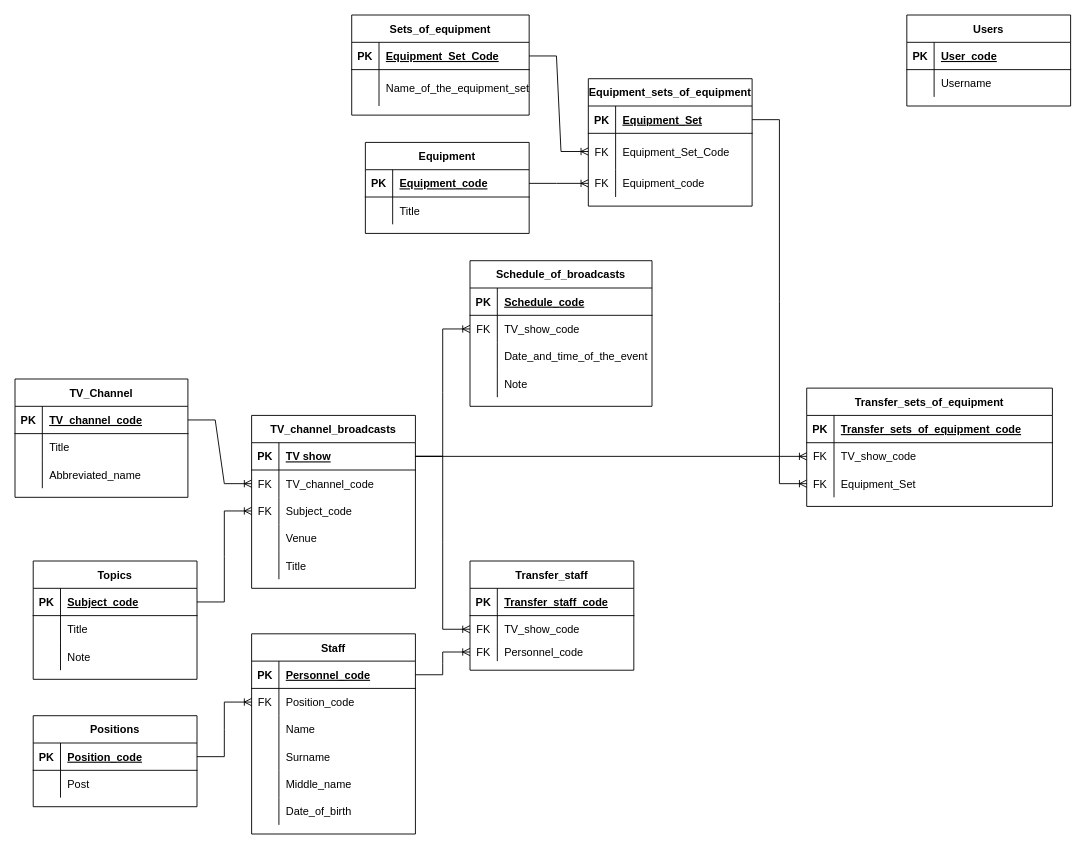
Before: Data Base TV Channel.drawio in JustKingYT1/TNT, a draw.io diagram. Source tidied: cells renumbered, new cells numbered last; positions are measured from the earlier drawing's top-left corner, leaving out a move shared by most shapes. Both pictures are drawn from the tidied source at 91%, with x=0, y=0 at pixel (15, 15).
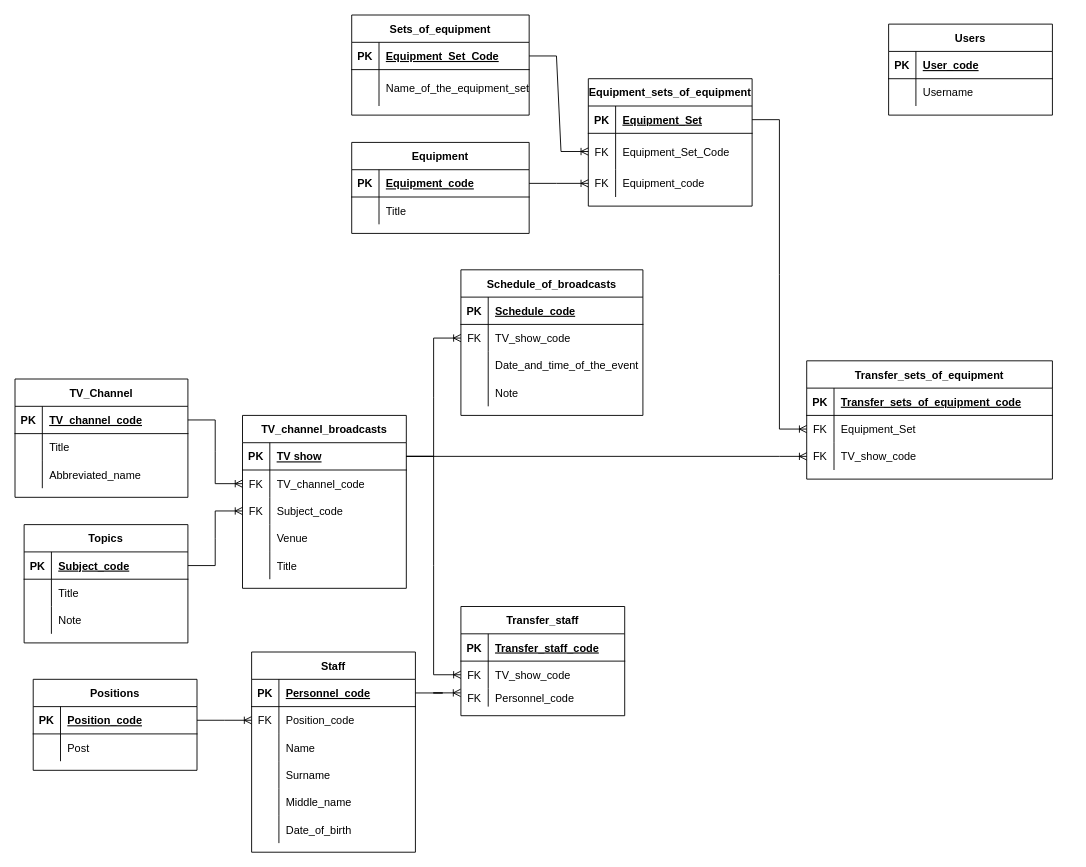
The same diagram, later.

Unchanged cells that the change refers to:
```xml
<mxCell id="79" style="shape=tableRow;horizontal=0;startSize=0;swimlaneHead=0;swimlaneBody=0;fillColor=none;points=[[0,0.5],[1,0.5]];portConstraint=eastwest;top=0;left=0;right=0;bottom=0;" parent="72" vertex="1">
  <mxGeometry y="90" width="180" height="20" as="geometry" />
</mxCell>
<mxCell id="96" style="shape=tableRow;horizontal=0;startSize=0;swimlaneHead=0;swimlaneBody=0;fillColor=none;points=[[0,0.5],[1,0.5]];portConstraint=eastwest;top=0;left=0;right=0;bottom=1;" parent="95" vertex="1">
  <mxGeometry y="30" width="180" height="30" as="geometry" />
</mxCell>
```

What changed in the source:
```diff
@@
     <mxCell id="12" value="Topics" style="shape=table;startSize=30;childLayout=tableLayout;rowLines=0;fontStyle=1;align=center;" parent="1" vertex="1">
-      <mxGeometry x="20" y="600" width="180" height="130" as="geometry" />
+      <mxGeometry x="10" y="560" width="180" height="130" as="geometry" />
     </mxCell>
@@
     <mxCell id="29" value="Transfer_sets_of_equipment" style="shape=table;startSize=30;childLayout=tableLayout;rowLines=0;fontStyle=1;align=center;" parent="1" vertex="1">
-      <mxGeometry x="870" y="410" width="270" height="130" as="geometry" />
+      <mxGeometry x="870" y="380" width="270" height="130" as="geometry" />
     </mxCell>
@@
+    <mxCell id="36" style="shape=tableRow;horizontal=0;startSize=0;swimlaneHead=0;swimlaneBody=0;fillColor=none;points=[[0,0.5],[1,0.5]];portConstraint=eastwest;top=0;left=0;right=0;bottom=0;" parent="29" vertex="1">
+      <mxGeometry y="60" width="270" height="30" as="geometry" />
+    </mxCell>
+    <mxCell id="37" value="FK" style="shape=partialRectangle;fillColor=none;top=0;left=0;bottom=0;right=0;fontStyle=0;overflow=hidden;" parent="36" vertex="1">
+      <mxGeometry width="30" height="30" as="geometry" />
+    </mxCell>
+    <mxCell id="38" value="Equipment_Set" style="shape=partialRectangle;fillColor=none;top=0;left=0;bottom=0;right=0;align=left;spacingLeft=6;fontStyle=0;overflow=hidden;" parent="36" vertex="1">
+      <mxGeometry x="30" width="240" height="30" as="geometry" />
+    </mxCell>
     <mxCell id="33" style="shape=tableRow;horizontal=0;startSize=0;swimlaneHead=0;swimlaneBody=0;fillColor=none;points=[[0,0.5],[1,0.5]];portConstraint=eastwest;top=0;left=0;right=0;bottom=0;" parent="29" vertex="1">
-      <mxGeometry y="60" width="270" height="30" as="geometry" />
+      <mxGeometry y="90" width="270" height="30" as="geometry" />
     </mxCell>
@@
-    <mxCell id="36" style="shape=tableRow;horizontal=0;startSize=0;swimlaneHead=0;swimlaneBody=0;fillColor=none;points=[[0,0.5],[1,0.5]];portConstraint=eastwest;top=0;left=0;right=0;bottom=0;" parent="29" vertex="1">
-      <mxGeometry y="90" width="270" height="30" as="geometry" />
-    </mxCell>
-    <mxCell id="37" value="FK" style="shape=partialRectangle;fillColor=none;top=0;left=0;bottom=0;right=0;fontStyle=0;overflow=hidden;" parent="36" vertex="1">
-      <mxGeometry width="30" height="30" as="geometry" />
-    </mxCell>
-    <mxCell id="38" value="Equipment_Set" style="shape=partialRectangle;fillColor=none;top=0;left=0;bottom=0;right=0;align=left;spacingLeft=6;fontStyle=0;overflow=hidden;" parent="36" vertex="1">
-      <mxGeometry x="30" width="240" height="30" as="geometry" />
-    </mxCell>
@@
     <mxCell id="49" value="Equipment" style="shape=table;startSize=30;childLayout=tableLayout;rowLines=0;fontStyle=1;align=center;" parent="1" vertex="1">
-      <mxGeometry x="385" y="140" width="180" height="100" as="geometry" />
+      <mxGeometry x="370" y="140" width="195" height="100" as="geometry" />
     </mxCell>
     <mxCell id="50" style="shape=tableRow;horizontal=0;startSize=0;swimlaneHead=0;swimlaneBody=0;fillColor=none;points=[[0,0.5],[1,0.5]];portConstraint=eastwest;top=0;left=0;right=0;bottom=1;" parent="49" vertex="1">
-      <mxGeometry y="30" width="180" height="30" as="geometry" />
+      <mxGeometry y="30" width="195" height="30" as="geometry" />
     </mxCell>
@@
     <mxCell id="52" value="Equipment_code" style="shape=partialRectangle;fillColor=none;top=0;left=0;bottom=0;right=0;align=left;spacingLeft=6;fontStyle=5;overflow=hidden;" parent="50" vertex="1">
-      <mxGeometry x="30" width="150" height="30" as="geometry" />
+      <mxGeometry x="30" width="165" height="30" as="geometry" />
     </mxCell>
     <mxCell id="53" style="shape=tableRow;horizontal=0;startSize=0;swimlaneHead=0;swimlaneBody=0;fillColor=none;top=0;left=0;right=0;bottom=0;" parent="49" vertex="1">
-      <mxGeometry y="60" width="180" height="30" as="geometry" />
+      <mxGeometry y="60" width="195" height="30" as="geometry" />
     </mxCell>
@@
     <mxCell id="55" value="Title " style="shape=partialRectangle;fillColor=none;top=0;left=0;bottom=0;right=0;align=left;spacingLeft=6;overflow=hidden;" parent="53" vertex="1">
-      <mxGeometry x="30" width="150" height="30" as="geometry" />
+      <mxGeometry x="30" width="165" height="30" as="geometry" />
     </mxCell>
     <mxCell id="56" value="TV_channel_broadcasts" style="shape=table;startSize=30;childLayout=tableLayout;rowLines=0;fontStyle=1;align=center;" parent="1" vertex="1">
-      <mxGeometry x="260" y="440" width="180" height="190" as="geometry" />
+      <mxGeometry x="250" y="440" width="180" height="190" as="geometry" />
     </mxCell>
@@
     <mxCell id="72" value="Transfer_staff" style="shape=table;startSize=30;childLayout=tableLayout;rowLines=0;fontStyle=1;align=center;" parent="1" vertex="1">
-      <mxGeometry x="500" y="600" width="180" height="120" as="geometry" />
+      <mxGeometry x="490" y="650" width="180" height="120" as="geometry" />
     </mxCell>
@@
     <mxCell id="82" value="Schedule_of_broadcasts" style="shape=table;startSize=30;childLayout=tableLayout;rowLines=0;fontStyle=1;align=center;" parent="1" vertex="1">
-      <mxGeometry x="500" y="270" width="200" height="160" as="geometry" />
+      <mxGeometry x="490" y="280" width="200" height="160" as="geometry" />
     </mxCell>
@@
     <mxCell id="95" value="Staff" style="shape=table;startSize=30;childLayout=tableLayout;rowLines=0;fontStyle=1;align=center;" parent="1" vertex="1">
-      <mxGeometry x="260" y="680" width="180" height="220" as="geometry" />
+      <mxGeometry x="260" y="700" width="180" height="220" as="geometry" />
     </mxCell>
@@
     <mxCell id="114" value="Positions" style="shape=table;startSize=30;childLayout=tableLayout;rowLines=0;fontStyle=1;align=center;" parent="1" vertex="1">
-      <mxGeometry x="20" y="770" width="180" height="100" as="geometry" />
+      <mxGeometry x="20" y="730" width="180" height="100" as="geometry" />
     </mxCell>
@@
     <mxCell id="121" value="Users" style="shape=table;startSize=30;childLayout=tableLayout;rowLines=0;fontStyle=1;align=center;" parent="1" vertex="1">
-      <mxGeometry x="980" width="180" height="100" as="geometry" />
+      <mxGeometry x="960" y="10" width="180" height="100" as="geometry" />
     </mxCell>
@@
-    <mxCell id="134" style="edgeStyle=entityRelationEdgeStyle;fontSize=12;html=1;endArrow=ERoneToMany;rounded=0;exitX=1;exitY=0.5;exitDx=0;exitDy=0;entryX=0;entryY=0.5;entryDx=0;entryDy=0;" parent="1" edge="1" source="96" target="79">
-      <mxGeometry relative="1" as="geometry" />
-    </mxCell>
@@
+    <mxCell id="134" style="edgeStyle=entityRelationEdgeStyle;fontSize=12;html=1;endArrow=ERoneToMany;rounded=0;exitX=1;exitY=0.5;exitDx=0;exitDy=0;entryX=-0.002;entryY=0.245;entryDx=0;entryDy=0;entryPerimeter=0;" parent="1" edge="1" source="96" target="79">
+      <mxGeometry relative="1" as="geometry" />
+    </mxCell>
```
